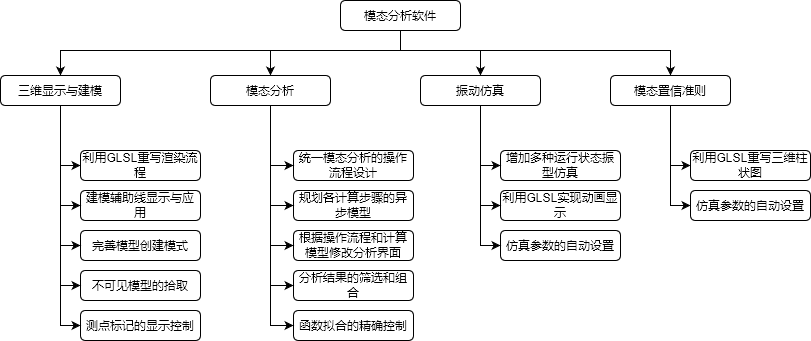
Above: graphs/modal-analysis-funcs.png in zhugy08/drawio (draw.io), before the change. Source tidied: cells renumbered, new cells last; positions are measured from the earlier drawing's top-left corner, leaving out a move shared by most shapes.
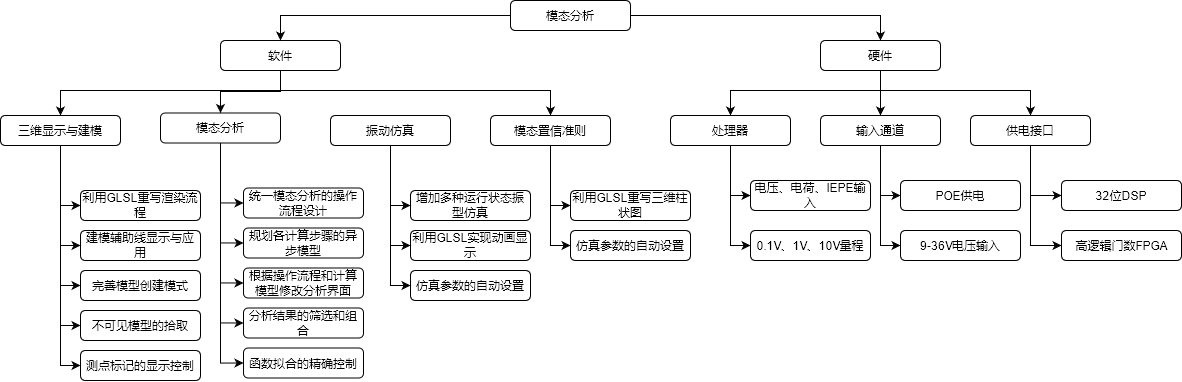
The same diagram one commit later.

The edit, as a diff of the source:
```diff
@@ -2,76 +2,68 @@
   <root>
     <mxCell id="0" />
     <mxCell id="1" parent="0" />
+    <mxCell id="5" style="edgeStyle=orthogonalEdgeStyle;rounded=0;jettySize=auto;html=1;entryX=0.5;entryY=0;entryDx=0;entryDy=0;" parent="1" edge="1" source="6" target="37">
+      <mxGeometry relative="1" as="geometry">
+        <Array as="points">
+          <mxPoint x="400" y="50" />
+          <mxPoint x="670" y="50" />
+        </Array>
+      </mxGeometry>
+    </mxCell>
+    <mxCell id="3" style="edgeStyle=orthogonalEdgeStyle;rounded=0;jettySize=auto;html=1;entryX=0.5;entryY=0;entryDx=0;entryDy=0;" parent="1" edge="1" source="6" target="30">
+      <mxGeometry relative="1" as="geometry">
+        <Array as="points">
+          <mxPoint x="400" y="51" />
+          <mxPoint x="340" y="51" />
+        </Array>
+      </mxGeometry>
+    </mxCell>
     <mxCell id="2" style="edgeStyle=orthogonalEdgeStyle;rounded=0;jettySize=auto;html=1;" parent="1" edge="1" source="6" target="24">
       <mxGeometry relative="1" as="geometry">
         <Array as="points">
           <mxPoint x="400" y="50" />
-          <mxPoint x="60" y="50" />
+          <mxPoint x="180" y="50" />
         </Array>
       </mxGeometry>
     </mxCell>
-    <mxCell id="3" style="edgeStyle=orthogonalEdgeStyle;rounded=0;jettySize=auto;html=1;" parent="1" edge="1" source="6" target="30">
-      <mxGeometry relative="1" as="geometry">
-        <Array as="points">
-          <mxPoint x="400" y="50" />
-          <mxPoint x="270" y="50" />
-        </Array>
-      </mxGeometry>
-    </mxCell>
-    <mxCell id="4" style="edgeStyle=orthogonalEdgeStyle;rounded=0;jettySize=auto;html=1;entryX=0.5;entryY=0;entryDx=0;entryDy=0;" parent="1" edge="1" source="6" target="34">
-      <mxGeometry relative="1" as="geometry">
-        <Array as="points">
-          <mxPoint x="400" y="50" />
-          <mxPoint x="480" y="50" />
-        </Array>
-      </mxGeometry>
-    </mxCell>
-    <mxCell id="5" style="edgeStyle=orthogonalEdgeStyle;rounded=0;jettySize=auto;html=1;entryX=0.5;entryY=0;entryDx=0;entryDy=0;" parent="1" edge="1" source="6" target="37">
-      <mxGeometry relative="1" as="geometry">
-        <Array as="points">
-          <mxPoint x="400" y="50" />
-          <mxPoint x="670" y="50" />
-        </Array>
-      </mxGeometry>
-    </mxCell>
-    <mxCell id="6" value="模态分析软件" style="rounded=1;whiteSpace=wrap;html=1;" parent="1" vertex="1">
+    <mxCell id="6" value="软件" style="rounded=1;whiteSpace=wrap;html=1;" parent="1" vertex="1">
       <mxGeometry x="340" width="120" height="30" as="geometry" />
     </mxCell>
     <mxCell id="7" value="完善模型创建模式" style="rounded=1;whiteSpace=wrap;html=1;fontSize=12;" parent="1" vertex="1">
-      <mxGeometry x="80" y="230" width="120" height="30" as="geometry" />
+      <mxGeometry x="200" y="230" width="120" height="30" as="geometry" />
     </mxCell>
     <mxCell id="8" value="根据操作流程和计算模型修改分析界面" style="rounded=1;whiteSpace=wrap;html=1;fontSize=12;" parent="1" vertex="1">
-      <mxGeometry x="293" y="230" width="120" height="30" as="geometry" />
+      <mxGeometry x="363" y="227.5" width="120" height="30" as="geometry" />
     </mxCell>
     <mxCell id="9" value="不可见模型的拾取" style="rounded=1;whiteSpace=wrap;html=1;fontSize=12;" parent="1" vertex="1">
-      <mxGeometry x="80" y="270" width="120" height="30" as="geometry" />
+      <mxGeometry x="200" y="270" width="120" height="30" as="geometry" />
     </mxCell>
     <mxCell id="10" value="测点标记的显示控制" style="rounded=1;whiteSpace=wrap;html=1;fontSize=12;" parent="1" vertex="1">
-      <mxGeometry x="80" y="310" width="120" height="30" as="geometry" />
+      <mxGeometry x="200" y="310" width="120" height="30" as="geometry" />
     </mxCell>
     <mxCell id="11" value="统一模态分析的操作流程设计" style="rounded=1;whiteSpace=wrap;html=1;fontSize=12;" parent="1" vertex="1">
-      <mxGeometry x="293" y="150" width="120" height="30" as="geometry" />
+      <mxGeometry x="363" y="147.5" width="120" height="30" as="geometry" />
     </mxCell>
     <mxCell id="12" value="分析结果的筛选和组合" style="rounded=1;whiteSpace=wrap;html=1;fontSize=12;" parent="1" vertex="1">
-      <mxGeometry x="293" y="270" width="120" height="30" as="geometry" />
+      <mxGeometry x="363" y="267.5" width="120" height="30" as="geometry" />
     </mxCell>
     <mxCell id="13" value="函数拟合的精确控制" style="rounded=1;whiteSpace=wrap;html=1;fontSize=12;" parent="1" vertex="1">
-      <mxGeometry x="293" y="310" width="120" height="30" as="geometry" />
+      <mxGeometry x="363" y="307.5" width="120" height="30" as="geometry" />
     </mxCell>
     <mxCell id="14" value="增加多种运行状态振型仿真" style="rounded=1;whiteSpace=wrap;html=1;fontSize=12;" parent="1" vertex="1">
-      <mxGeometry x="500" y="150" width="120" height="30" as="geometry" />
+      <mxGeometry x="530" y="150" width="120" height="30" as="geometry" />
     </mxCell>
     <mxCell id="15" value="利用GLSL实现动画显示" style="rounded=1;whiteSpace=wrap;html=1;fontSize=12;" parent="1" vertex="1">
-      <mxGeometry x="500" y="190" width="120" height="30" as="geometry" />
+      <mxGeometry x="530" y="190" width="120" height="30" as="geometry" />
     </mxCell>
     <mxCell id="16" value="仿真参数的自动设置" style="rounded=1;whiteSpace=wrap;html=1;fontSize=12;" parent="1" vertex="1">
-      <mxGeometry x="500" y="230" width="120" height="30" as="geometry" />
+      <mxGeometry x="530" y="230" width="120" height="30" as="geometry" />
     </mxCell>
     <mxCell id="17" value="规划各计算步骤的异步模型" style="rounded=1;whiteSpace=wrap;html=1;fontSize=12;" parent="1" vertex="1">
-      <mxGeometry x="293" y="190" width="120" height="30" as="geometry" />
+      <mxGeometry x="363" y="187.5" width="120" height="30" as="geometry" />
     </mxCell>
     <mxCell id="18" value="建模辅助线显示与应用" style="rounded=1;whiteSpace=wrap;html=1;fontSize=12;" parent="1" vertex="1">
-      <mxGeometry x="80" y="190" width="120" height="30" as="geometry" />
+      <mxGeometry x="200" y="190" width="120" height="30" as="geometry" />
     </mxCell>
     <mxCell id="19" style="edgeStyle=orthogonalEdgeStyle;rounded=0;jettySize=auto;html=1;entryX=0;entryY=0.5;entryDx=0;entryDy=0;" parent="1" edge="1" source="24" target="40">
       <mxGeometry relative="1" as="geometry" />
@@ -89,7 +81,7 @@
       <mxGeometry relative="1" as="geometry" />
     </mxCell>
     <mxCell id="24" value="三维显示与建模" style="rounded=1;whiteSpace=wrap;html=1;fontSize=12;" parent="1" vertex="1">
-      <mxGeometry y="75" width="120" height="30" as="geometry" />
+      <mxGeometry x="120" y="75" width="120" height="30" as="geometry" />
     </mxCell>
     <mxCell id="25" style="edgeStyle=orthogonalEdgeStyle;rounded=0;jettySize=auto;html=1;entryX=0;entryY=0.5;entryDx=0;entryDy=0;" parent="1" edge="1" source="30" target="11">
       <mxGeometry relative="1" as="geometry" />
@@ -107,7 +99,7 @@
       <mxGeometry relative="1" as="geometry" />
     </mxCell>
     <mxCell id="30" value="模态分析" style="rounded=1;whiteSpace=wrap;html=1;fontSize=12;" parent="1" vertex="1">
-      <mxGeometry x="210" y="75" width="120" height="30" as="geometry" />
+      <mxGeometry x="280" y="72.5" width="120" height="30" as="geometry" />
     </mxCell>
     <mxCell id="31" style="edgeStyle=orthogonalEdgeStyle;rounded=0;jettySize=auto;html=1;entryX=0;entryY=0.5;entryDx=0;entryDy=0;" parent="1" edge="1" source="34" target="14">
       <mxGeometry relative="1" as="geometry" />
@@ -119,7 +111,7 @@
       <mxGeometry relative="1" as="geometry" />
     </mxCell>
     <mxCell id="34" value="振动仿真" style="rounded=1;whiteSpace=wrap;html=1;fontSize=12;" parent="1" vertex="1">
-      <mxGeometry x="420" y="75" width="120" height="30" as="geometry" />
+      <mxGeometry x="450" y="75" width="120" height="30" as="geometry" />
     </mxCell>
     <mxCell id="35" style="edgeStyle=orthogonalEdgeStyle;rounded=0;jettySize=auto;html=1;entryX=0;entryY=0.5;entryDx=0;entryDy=0;" parent="1" edge="1" source="37" target="38">
       <mxGeometry relative="1" as="geometry" />
@@ -137,7 +129,83 @@
       <mxGeometry x="690" y="190" width="120" height="30" as="geometry" />
     </mxCell>
     <mxCell id="40" value="利用GLSL重写渲染流程" style="rounded=1;whiteSpace=wrap;html=1;fontSize=12;" parent="1" vertex="1">
-      <mxGeometry x="80" y="150" width="120" height="30" as="geometry" />
+      <mxGeometry x="200" y="150" width="120" height="30" as="geometry" />
     </mxCell>
+    <mxCell id="41" style="edgeStyle=orthogonalEdgeStyle;rounded=0;jettySize=auto;html=1;entryX=0.5;entryY=0;entryDx=0;entryDy=0;" parent="1" edge="1" source="43" target="6">
+      <mxGeometry relative="1" as="geometry" />
+    </mxCell>
+    <mxCell id="42" style="edgeStyle=orthogonalEdgeStyle;rounded=0;jettySize=auto;html=1;entryX=0.5;entryY=0;entryDx=0;entryDy=0;" parent="1" edge="1" source="43" target="47">
+      <mxGeometry relative="1" as="geometry" />
+    </mxCell>
+    <mxCell id="43" value="模态分析" style="rounded=1;whiteSpace=wrap;html=1;" parent="1" vertex="1">
+      <mxGeometry x="630" y="-40" width="120" height="30" as="geometry" />
+    </mxCell>
+    <mxCell id="44" style="edgeStyle=orthogonalEdgeStyle;rounded=0;jettySize=auto;html=1;" parent="1" edge="1" source="47" target="50">
+      <mxGeometry relative="1" as="geometry">
+        <Array as="points">
+          <mxPoint x="1000" y="50" />
+          <mxPoint x="850" y="50" />
+        </Array>
+      </mxGeometry>
+    </mxCell>
+    <mxCell id="45" style="edgeStyle=orthogonalEdgeStyle;rounded=0;jettySize=auto;html=1;entryX=0.5;entryY=0;entryDx=0;entryDy=0;" parent="1" edge="1" source="47" target="53">
+      <mxGeometry relative="1" as="geometry" />
+    </mxCell>
+    <mxCell id="46" style="edgeStyle=orthogonalEdgeStyle;rounded=0;jettySize=auto;html=1;entryX=0.5;entryY=0;entryDx=0;entryDy=0;" parent="1" edge="1" source="47" target="56">
+      <mxGeometry relative="1" as="geometry">
+        <Array as="points">
+          <mxPoint x="1000" y="50" />
+          <mxPoint x="1150" y="50" />
+        </Array>
+      </mxGeometry>
+    </mxCell>
+    <mxCell id="47" value="硬件" style="rounded=1;whiteSpace=wrap;html=1;" parent="1" vertex="1">
+      <mxGeometry x="940" width="120" height="30" as="geometry" />
+    </mxCell>
+    <mxCell id="48" style="edgeStyle=orthogonalEdgeStyle;rounded=0;jettySize=auto;html=1;entryX=0;entryY=0.5;entryDx=0;entryDy=0;" parent="1" edge="1" source="50" target="57">
+      <mxGeometry relative="1" as="geometry" />
+    </mxCell>
+    <mxCell id="49" style="edgeStyle=orthogonalEdgeStyle;rounded=0;jettySize=auto;html=1;entryX=0;entryY=0.5;entryDx=0;entryDy=0;" parent="1" edge="1" source="50" target="58">
+      <mxGeometry relative="1" as="geometry" />
+    </mxCell>
+    <mxCell id="50" value="处理器" style="rounded=1;whiteSpace=wrap;html=1;" parent="1" vertex="1">
+      <mxGeometry x="790" y="75" width="120" height="30" as="geometry" />
+    </mxCell>
+    <mxCell id="51" style="edgeStyle=orthogonalEdgeStyle;rounded=0;jettySize=auto;html=1;entryX=0;entryY=0.5;entryDx=0;entryDy=0;" parent="1" edge="1" source="53" target="59">
+      <mxGeometry relative="1" as="geometry" />
+    </mxCell>
+    <mxCell id="52" style="edgeStyle=orthogonalEdgeStyle;rounded=0;jettySize=auto;html=1;entryX=0;entryY=0.5;entryDx=0;entryDy=0;" parent="1" edge="1" source="53" target="60">
+      <mxGeometry relative="1" as="geometry" />
+    </mxCell>
+    <mxCell id="53" value="输入通道" style="rounded=1;whiteSpace=wrap;html=1;" parent="1" vertex="1">
+      <mxGeometry x="940" y="75" width="120" height="30" as="geometry" />
+    </mxCell>
+    <mxCell id="54" style="edgeStyle=orthogonalEdgeStyle;rounded=0;jettySize=auto;html=1;entryX=0;entryY=0.5;entryDx=0;entryDy=0;" parent="1" edge="1" source="56" target="61">
+      <mxGeometry relative="1" as="geometry" />
+    </mxCell>
+    <mxCell id="55" style="edgeStyle=orthogonalEdgeStyle;rounded=0;jettySize=auto;html=1;entryX=0;entryY=0.5;entryDx=0;entryDy=0;" parent="1" edge="1" source="56" target="62">
+      <mxGeometry relative="1" as="geometry" />
+    </mxCell>
+    <mxCell id="56" value="供电接口" style="rounded=1;whiteSpace=wrap;html=1;" parent="1" vertex="1">
+      <mxGeometry x="1090" y="75" width="120" height="30" as="geometry" />
+    </mxCell>
+    <mxCell id="57" value="电压、电荷、IEPE输入" style="rounded=1;whiteSpace=wrap;html=1;" parent="1" vertex="1">
+      <mxGeometry x="870" y="140" width="120" height="30" as="geometry" />
+    </mxCell>
+    <mxCell id="58" value="0.1V、1V、10V量程" style="rounded=1;whiteSpace=wrap;html=1;" parent="1" vertex="1">
+      <mxGeometry x="870" y="190" width="120" height="30" as="geometry" />
+    </mxCell>
+    <mxCell id="59" value="POE供电" style="rounded=1;whiteSpace=wrap;html=1;" parent="1" vertex="1">
+      <mxGeometry x="1020" y="140" width="120" height="30" as="geometry" />
+    </mxCell>
+    <mxCell id="60" value="9-36V电压输入" style="rounded=1;whiteSpace=wrap;html=1;" parent="1" vertex="1">
+      <mxGeometry x="1020" y="190" width="120" height="30" as="geometry" />
+    </mxCell>
+    <mxCell id="61" value="32位DSP" style="rounded=1;whiteSpace=wrap;html=1;" parent="1" vertex="1">
+      <mxGeometry x="1181" y="140" width="120" height="30" as="geometry" />
+    </mxCell>
+    <mxCell id="62" value="高逻辑门数FPGA" style="rounded=1;whiteSpace=wrap;html=1;" parent="1" vertex="1">
+      <mxGeometry x="1181" y="190" width="120" height="30" as="geometry" />
+    </mxCell>
   </root>
 </mxGraphModel>
```
